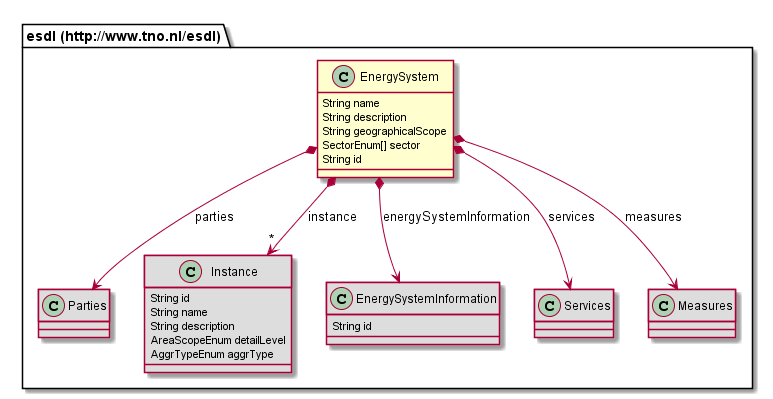
Earlier version of the PlantUML export 687474703a2f2f7777772e746e6f2e6e6c2f6573646c/EnergySystem.png (EnergyTransition/energytransition.github.io).
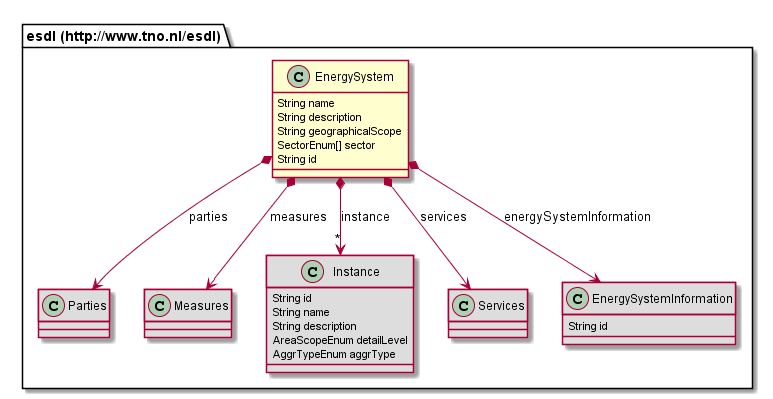
After the change.

Change to the diagram source:
```diff
@@ -8,6 +8,8 @@
 }
 class "esdl (http://www.tno.nl/esdl).Parties" [[#router/doc-content/687474703a2f2f7777772e746e6f2e6e6c2f6573646c/Parties.html]] #DDDDDD {
 }
+class "esdl (http://www.tno.nl/esdl).Measures" [[#router/doc-content/687474703a2f2f7777772e746e6f2e6e6c2f6573646c/Measures.html]] #DDDDDD {
+}
 class "esdl (http://www.tno.nl/esdl).Instance" [[#router/doc-content/687474703a2f2f7777772e746e6f2e6e6c2f6573646c/Instance.html]] #DDDDDD {
 	String id
 	String name
@@ -15,12 +17,10 @@
 	AreaScopeEnum detailLevel
 	AggrTypeEnum aggrType
 }
+class "esdl (http://www.tno.nl/esdl).Services" [[#router/doc-content/687474703a2f2f7777772e746e6f2e6e6c2f6573646c/Services.html]] #DDDDDD {
+}
 class "esdl (http://www.tno.nl/esdl).EnergySystemInformation" [[#router/doc-content/687474703a2f2f7777772e746e6f2e6e6c2f6573646c/EnergySystemInformation.html]] #DDDDDD {
 	String id
-}
-class "esdl (http://www.tno.nl/esdl).Services" [[#router/doc-content/687474703a2f2f7777772e746e6f2e6e6c2f6573646c/Services.html]] #DDDDDD {
-}
-class "esdl (http://www.tno.nl/esdl).Measures" [[#router/doc-content/687474703a2f2f7777772e746e6f2e6e6c2f6573646c/Measures.html]] #DDDDDD {
 }
 "esdl (http://www.tno.nl/esdl).EnergySystem" *--> "esdl (http://www.tno.nl/esdl).Measures" : measures
 "esdl (http://www.tno.nl/esdl).EnergySystem" *--> "*" "esdl (http://www.tno.nl/esdl).Instance" : instance
```
